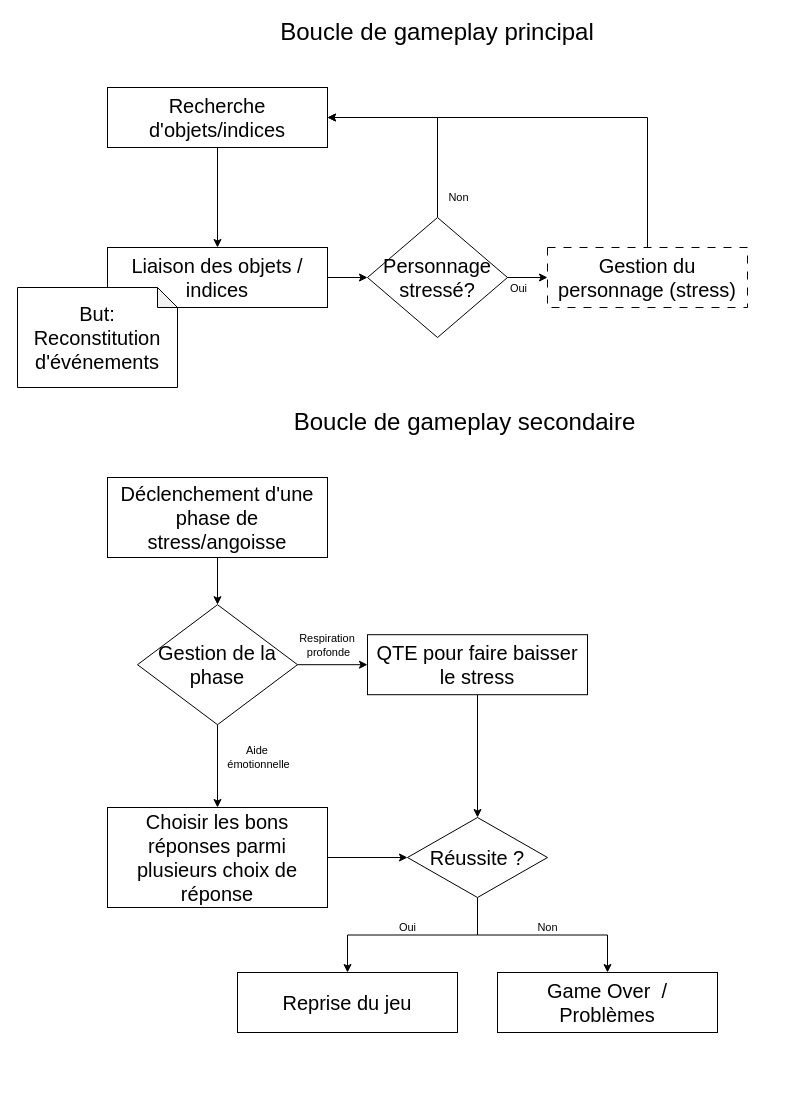
The draw.io diagram Boucle de gameplay.drawio in KatSukiFireStar/GDC-GDD, before the edit. Source tidied: cells renumbered, new cells numbered last; positions are measured from the earlier drawing's top-left corner, leaving out a move shared by most shapes. Both pictures are drawn from the tidied source at 100%, with x=0, y=0 at pixel (17, 17).
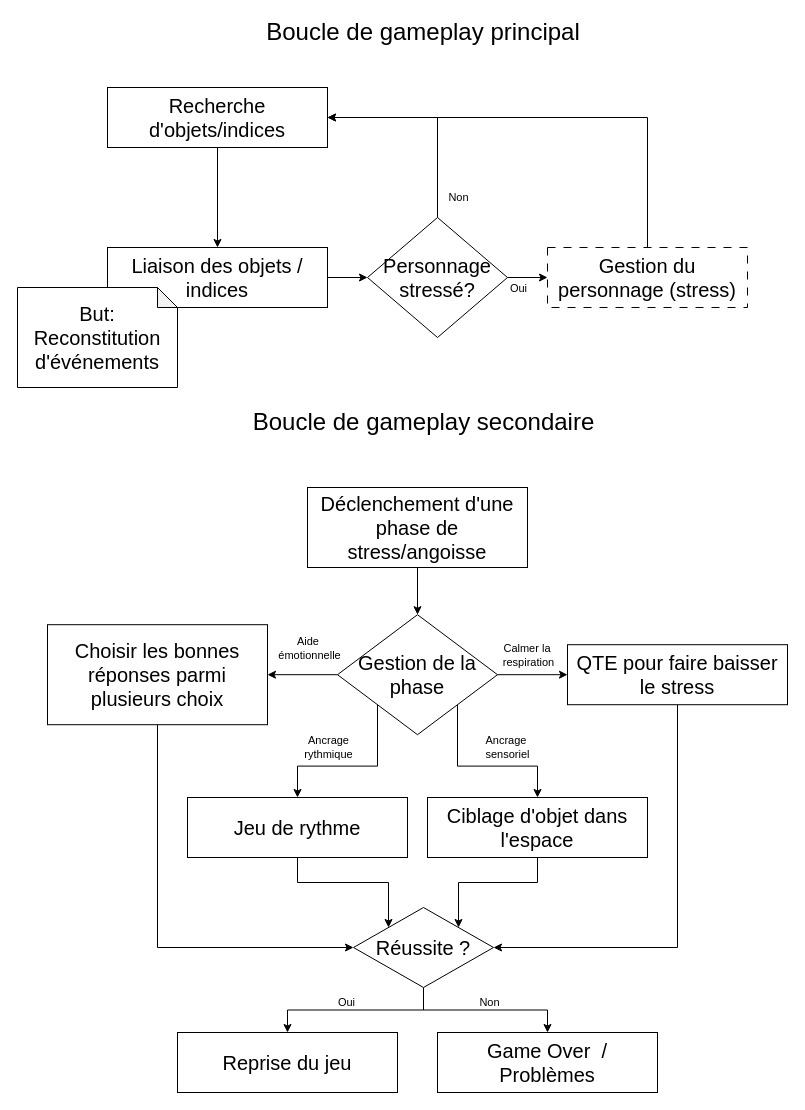
Above is the later version.

Unchanged cells that the change refers to:
```xml
<mxCell id="21" style="endArrow=classic;html=1;rounded=0;exitX=1;exitY=0.5;exitDx=0;exitDy=0;" parent="1" edge="1" source="20" target="25">
  <mxGeometry relative="1" as="geometry" />
</mxCell>
```

Diff of the diagram source:
```diff
@@
     <mxCell id="5" value="&lt;font style=&quot;font-size: 24px;&quot;&gt;Boucle de gameplay secondaire&lt;/font&gt;" style="text;html=1;align=center;verticalAlign=middle;whiteSpace=wrap;rounded=0;" parent="1" vertex="1">
-      <mxGeometry x="255" y="390" width="385" height="30" as="geometry" />
+      <mxGeometry x="213.5" y="390" width="385" height="30" as="geometry" />
     </mxCell>
@@
     <mxCell id="15" value="&lt;font style=&quot;font-size: 24px;&quot;&gt;Boucle de gameplay principal&lt;/font&gt;" style="text;html=1;align=center;verticalAlign=middle;whiteSpace=wrap;rounded=0;" parent="1" vertex="1">
-      <mxGeometry x="255" width="330" height="30" as="geometry" />
+      <mxGeometry x="241" width="330" height="30" as="geometry" />
     </mxCell>
@@
     <mxCell id="17" value="&lt;font style=&quot;font-size: 20px;&quot;&gt;Déclenchement d'une phase de stress/angoisse&lt;/font&gt;" style="rounded=0;whiteSpace=wrap;html=1;" parent="1" vertex="1">
-      <mxGeometry x="90" y="460" width="220" height="80" as="geometry" />
+      <mxGeometry x="290" y="470" width="220" height="80" as="geometry" />
     </mxCell>
-    <mxCell id="18" style="edgeStyle=orthogonalEdgeStyle;rounded=0;jettySize=auto;html=1;exitX=0.5;exitY=1;exitDx=0;exitDy=0;entryX=0.5;entryY=0;entryDx=0;entryDy=0;" parent="1" edge="1" source="20" target="33">
+    <mxCell id="18" style="edgeStyle=orthogonalEdgeStyle;rounded=0;jettySize=auto;html=1;exitX=0;exitY=0.5;exitDx=0;exitDy=0;entryX=1;entryY=0.5;entryDx=0;entryDy=0;" parent="1" edge="1" source="20" target="33">
       <mxGeometry relative="1" as="geometry" />
     </mxCell>
     <mxCell id="19" value="&lt;div&gt;Aide&amp;nbsp;&lt;/div&gt;&lt;div&gt;émotionnelle&lt;/div&gt;" style="edgeLabel;html=1;align=center;verticalAlign=middle;" parent="18" vertex="1">
       <mxGeometry x="-0.05" relative="1" as="geometry">
-        <mxPoint x="40" y="-7" as="offset" />
+        <mxPoint x="4" y="-27" as="offset" />
       </mxGeometry>
     </mxCell>
+    <mxCell id="34" style="edgeStyle=orthogonalEdgeStyle;rounded=0;jettySize=auto;html=1;exitX=0;exitY=1;exitDx=0;exitDy=0;entryX=0.5;entryY=0;entryDx=0;entryDy=0;" parent="1" edge="1" source="20" target="39">
+      <mxGeometry relative="1" as="geometry" />
+    </mxCell>
+    <mxCell id="35" value="Ancrage&lt;div&gt;rythmique&lt;/div&gt;" style="edgeLabel;html=1;align=center;verticalAlign=middle;" parent="34" vertex="1">
+      <mxGeometry x="0.02" y="-2" relative="1" as="geometry">
+        <mxPoint x="-23" y="-17" as="offset" />
+      </mxGeometry>
+    </mxCell>
+    <mxCell id="36" style="edgeStyle=orthogonalEdgeStyle;rounded=0;jettySize=auto;html=1;exitX=1;exitY=1;exitDx=0;exitDy=0;" parent="1" edge="1" source="20" target="41">
+      <mxGeometry relative="1" as="geometry" />
+    </mxCell>
+    <mxCell id="37" value="Ancrage&amp;nbsp;&lt;div&gt;sensoriel&lt;/div&gt;" style="edgeLabel;html=1;align=center;verticalAlign=middle;" parent="36" vertex="1">
+      <mxGeometry x="-0.06" y="4" relative="1" as="geometry">
+        <mxPoint x="30" y="-15" as="offset" />
+      </mxGeometry>
+    </mxCell>
     <mxCell id="20" value="&lt;font style=&quot;font-size: 20px;&quot;&gt;Gestion de la phase&lt;/font&gt;" style="rhombus;whiteSpace=wrap;html=1;" parent="1" vertex="1">
-      <mxGeometry x="120" y="587.2" width="160" height="120" as="geometry" />
+      <mxGeometry x="320" y="597.2" width="160" height="120" as="geometry" />
     </mxCell>
@@
-    <mxCell id="22" value="&lt;div&gt;Respiration&amp;nbsp;&lt;/div&gt;&lt;div&gt;profonde&lt;/div&gt;" style="edgeLabel;html=1;align=center;verticalAlign=middle;" parent="21" vertex="1">
+    <mxCell id="22" value="Calmer la&amp;nbsp;&lt;div&gt;respiration&lt;/div&gt;" style="edgeLabel;html=1;align=center;verticalAlign=middle;" parent="21" vertex="1">
       <mxGeometry x="-0.38" relative="1" as="geometry">
         <mxPoint x="8" y="-20" as="offset" />
       </mxGeometry>
     </mxCell>
-    <mxCell id="23" style="edgeStyle=orthogonalEdgeStyle;rounded=0;jettySize=auto;html=1;exitX=1;exitY=0.5;exitDx=0;exitDy=0;entryX=0;entryY=0.5;entryDx=0;entryDy=0;" parent="1" edge="1" source="33" target="30">
+    <mxCell id="23" style="edgeStyle=orthogonalEdgeStyle;rounded=0;jettySize=auto;html=1;exitX=0.5;exitY=1;exitDx=0;exitDy=0;entryX=0;entryY=0.5;entryDx=0;entryDy=0;" parent="1" edge="1" source="33" target="30">
       <mxGeometry relative="1" as="geometry" />
     </mxCell>
-    <mxCell id="24" style="edgeStyle=orthogonalEdgeStyle;rounded=0;jettySize=auto;html=1;exitX=0.5;exitY=1;exitDx=0;exitDy=0;entryX=0.5;entryY=0;entryDx=0;entryDy=0;" parent="1" edge="1" source="25" target="30">
+    <mxCell id="24" style="edgeStyle=orthogonalEdgeStyle;rounded=0;jettySize=auto;html=1;exitX=0.5;exitY=1;exitDx=0;exitDy=0;entryX=1;entryY=0.5;entryDx=0;entryDy=0;" parent="1" edge="1" source="25" target="30">
       <mxGeometry relative="1" as="geometry" />
     </mxCell>
     <mxCell id="25" value="&lt;font style=&quot;font-size: 20px;&quot;&gt;QTE pour faire baisser le stress&lt;br&gt;&lt;/font&gt;" style="rounded=0;whiteSpace=wrap;html=1;" parent="1" vertex="1">
-      <mxGeometry x="350" y="617.2" width="220" height="60" as="geometry" />
+      <mxGeometry x="550" y="627.2" width="220" height="60" as="geometry" />
     </mxCell>
@@
     <mxCell id="30" value="&lt;font style=&quot;font-size: 20px;&quot;&gt;Réussite ?&lt;/font&gt;" style="rhombus;whiteSpace=wrap;html=1;" parent="1" vertex="1">
-      <mxGeometry x="390" y="800" width="140" height="80" as="geometry" />
+      <mxGeometry x="336" y="890" width="140" height="80" as="geometry" />
     </mxCell>
     <mxCell id="31" value="&lt;font style=&quot;font-size: 20px;&quot;&gt;Reprise du jeu&lt;br&gt;&lt;/font&gt;" style="rounded=0;whiteSpace=wrap;html=1;" parent="1" vertex="1">
-      <mxGeometry x="220" y="955" width="220" height="60" as="geometry" />
+      <mxGeometry x="160" y="1015" width="220" height="60" as="geometry" />
     </mxCell>
     <mxCell id="32" value="&lt;font style=&quot;font-size: 20px;&quot;&gt;Game Over&amp;nbsp; &lt;font style=&quot;font-size: 20px;&quot;&gt;/ Problèmes&lt;br&gt;&lt;/font&gt;&lt;/font&gt;" style="rounded=0;whiteSpace=wrap;html=1;" parent="1" vertex="1">
-      <mxGeometry x="480" y="955" width="220" height="60" as="geometry" />
+      <mxGeometry x="420" y="1015" width="220" height="60" as="geometry" />
     </mxCell>
-    <mxCell id="33" value="&lt;font style=&quot;font-size: 20px;&quot;&gt;Choisir les bons réponses parmi plusieurs choix de réponse&lt;br&gt;&lt;/font&gt;" style="rounded=0;whiteSpace=wrap;html=1;" parent="1" vertex="1">
-      <mxGeometry x="90" y="790" width="220" height="100" as="geometry" />
+    <mxCell id="33" value="&lt;font style=&quot;font-size: 20px;&quot;&gt;Choisir les bonnes réponses parmi plusieurs choix&lt;br&gt;&lt;/font&gt;" style="rounded=0;whiteSpace=wrap;html=1;" parent="1" vertex="1">
+      <mxGeometry x="30" y="607.2" width="220" height="100" as="geometry" />
     </mxCell>
+    <mxCell id="38" style="edgeStyle=orthogonalEdgeStyle;rounded=0;jettySize=auto;html=1;exitX=0.5;exitY=1;exitDx=0;exitDy=0;entryX=0;entryY=0;entryDx=0;entryDy=0;" parent="1" edge="1" source="39" target="30">
+      <mxGeometry relative="1" as="geometry" />
+    </mxCell>
+    <mxCell id="39" value="&lt;font style=&quot;font-size: 20px;&quot;&gt;Jeu de rythme&lt;/font&gt;" style="rounded=0;whiteSpace=wrap;html=1;" parent="1" vertex="1">
+      <mxGeometry x="170" y="780" width="220" height="60" as="geometry" />
+    </mxCell>
+    <mxCell id="40" style="edgeStyle=orthogonalEdgeStyle;rounded=0;jettySize=auto;html=1;exitX=0.5;exitY=1;exitDx=0;exitDy=0;entryX=1;entryY=0;entryDx=0;entryDy=0;" parent="1" edge="1" source="41" target="30">
+      <mxGeometry relative="1" as="geometry" />
+    </mxCell>
+    <mxCell id="41" value="&lt;font style=&quot;font-size: 20px;&quot;&gt;Ciblage d'objet dans l'espace&lt;/font&gt;" style="rounded=0;whiteSpace=wrap;html=1;" parent="1" vertex="1">
+      <mxGeometry x="410" y="780" width="220" height="60" as="geometry" />
+    </mxCell>
```
